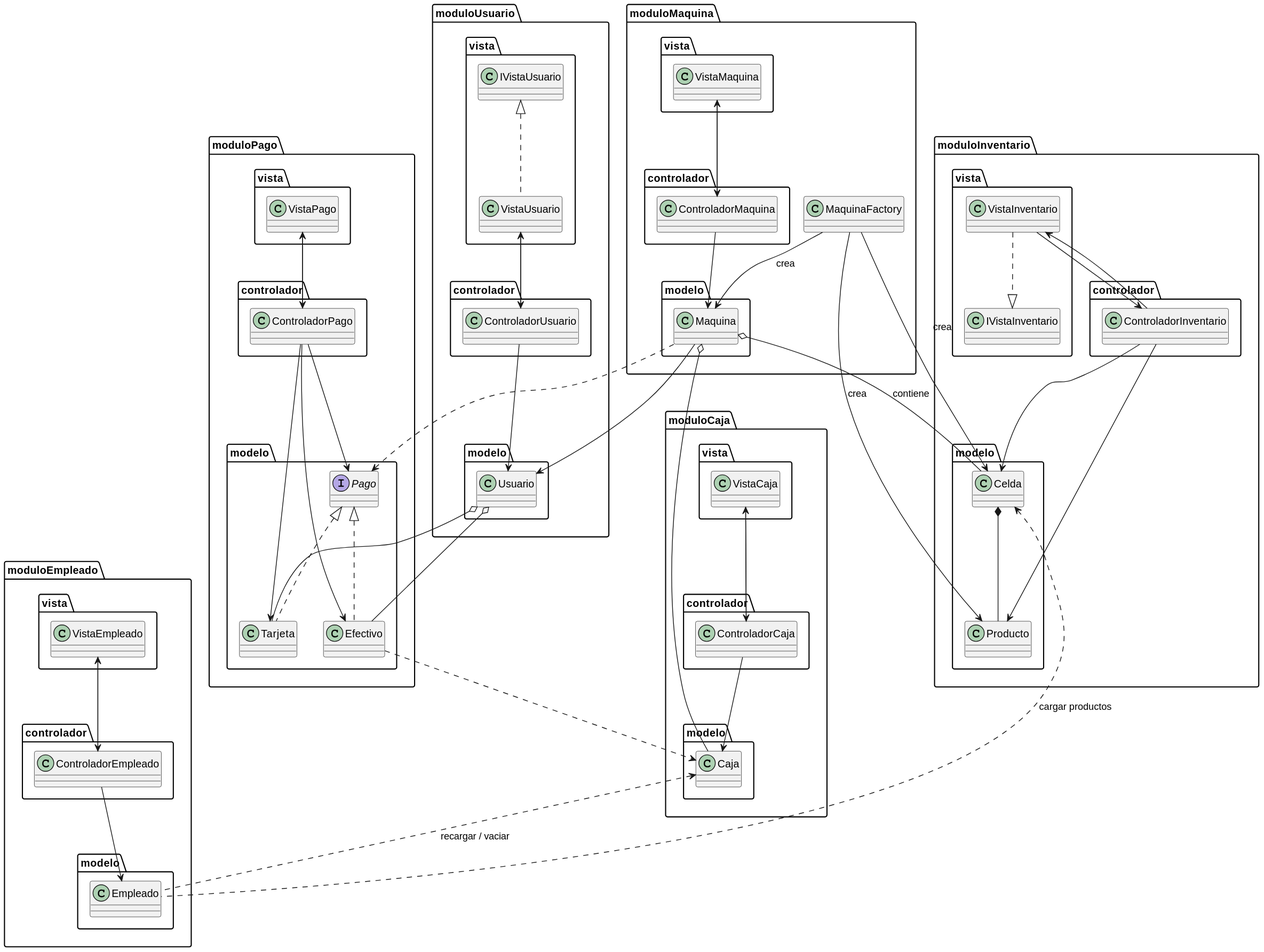
Before: documentos/modeloDeDominio/diagramaDeClases/diagramaDeClasesObjetos.svg, a diagram exported from PlantUML (mmasias/24-25-IdSw2-SDD).
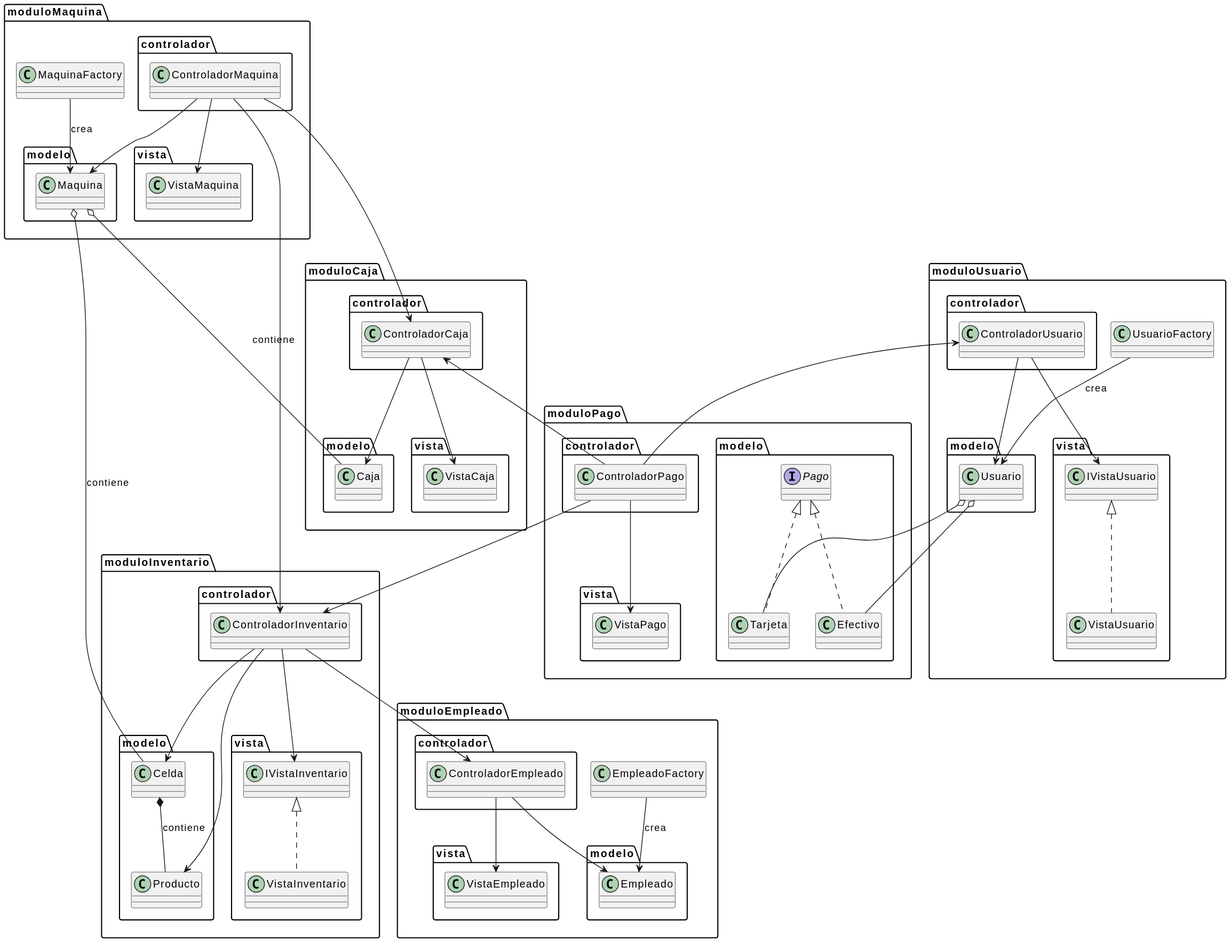
After the commit.

Commit message:
Implement code changes to enhance functionality and improve performance

The edit, as a diff of the source:
```diff
@@ -63,6 +63,7 @@
     package "controlador" {
         class ControladorUsuario
     }
+    class UsuarioFactory
 }
 
 package "moduloEmpleado" {
@@ -75,54 +76,46 @@
     package "controlador" {
         class ControladorEmpleado
     }
+    class EmpleadoFactory
 }
 
 Maquina o-- Celda : contiene
-Maquina o-- Caja
-Maquina --> Usuario
-Maquina ..> Pago
-
-Celda *-- Producto
-Efectivo ..> Caja
+Maquina o-- Caja : contiene
+Celda *-- Producto : contiene
 Usuario o-- Tarjeta
 Usuario o-- Efectivo
 
-Empleado .u.> Caja : recargar / vaciar
-Empleado .u.> Celda : cargar productos
-
+Efectivo .u.|> Pago
 Tarjeta .u.|> Pago
-Efectivo .u.|> Pago
+VistaInventario .u.|> IVistaInventario
+VistaUsuario .u.|> IVistaUsuario
 
 MaquinaFactory --> Maquina : crea
-MaquinaFactory --> Celda : crea
-MaquinaFactory --> Producto : crea
+UsuarioFactory --> Usuario : crea
+EmpleadoFactory --> Empleado : crea
 
 ControladorMaquina --> Maquina
-VistaMaquina --> ControladorMaquina
 ControladorMaquina --> VistaMaquina
 
 ControladorInventario --> Celda
 ControladorInventario --> Producto
-VistaInventario --> ControladorInventario
-ControladorInventario --> VistaInventario
-VistaInventario ..|> IVistaInventario
+ControladorInventario --> IVistaInventario
 
 ControladorCaja --> Caja
-VistaCaja --> ControladorCaja
 ControladorCaja --> VistaCaja
 
-ControladorPago --> Pago
-ControladorPago --> Efectivo
-ControladorPago --> Tarjeta
-VistaPago --> ControladorPago
 ControladorPago --> VistaPago
 
 ControladorUsuario --> Usuario
-VistaUsuario --> ControladorUsuario
-ControladorUsuario --> VistaUsuario
-VistaUsuario .u.|> IVistaUsuario
+ControladorUsuario --> IVistaUsuario
 
 ControladorEmpleado --> Empleado
-VistaEmpleado --> ControladorEmpleado
 ControladorEmpleado --> VistaEmpleado
+
+ControladorPago --> ControladorUsuario
+ControladorPago --> ControladorInventario
+ControladorPago -u-> ControladorCaja
+ControladorInventario --> ControladorEmpleado
+ControladorMaquina --> ControladorInventario
+ControladorMaquina ---> ControladorCaja
 @enduml
```
